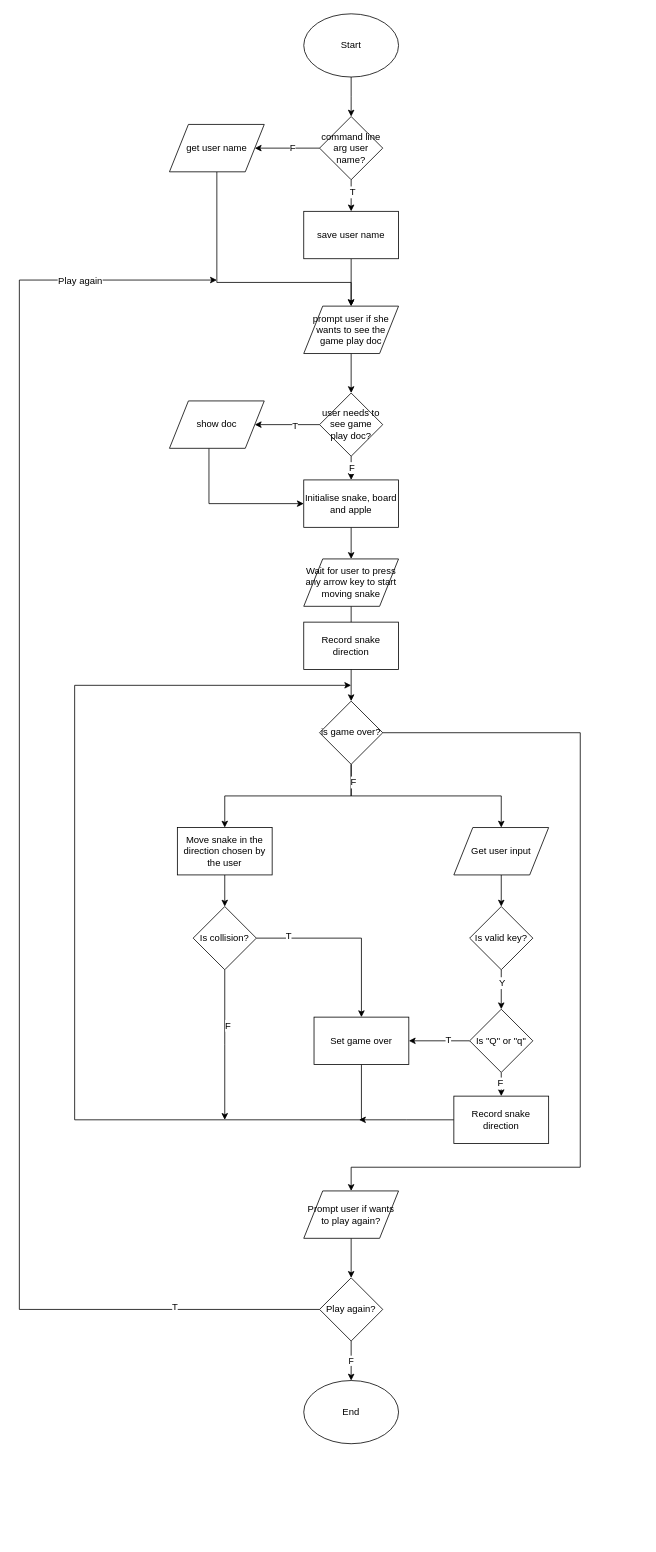
hirengondhiya/name_snake_game keeps this draw.io diagram as documentation/ctrl-flow-diagram/snake_game.drawio. Above is the earlier version. Source tidied: cells renumbered, new cells numbered last; positions are measured from the earlier drawing's top-left corner, leaving out a move shared by most shapes. Both pictures are drawn from the tidied source at 79%, with x=0, y=0 at pixel (19, 13).
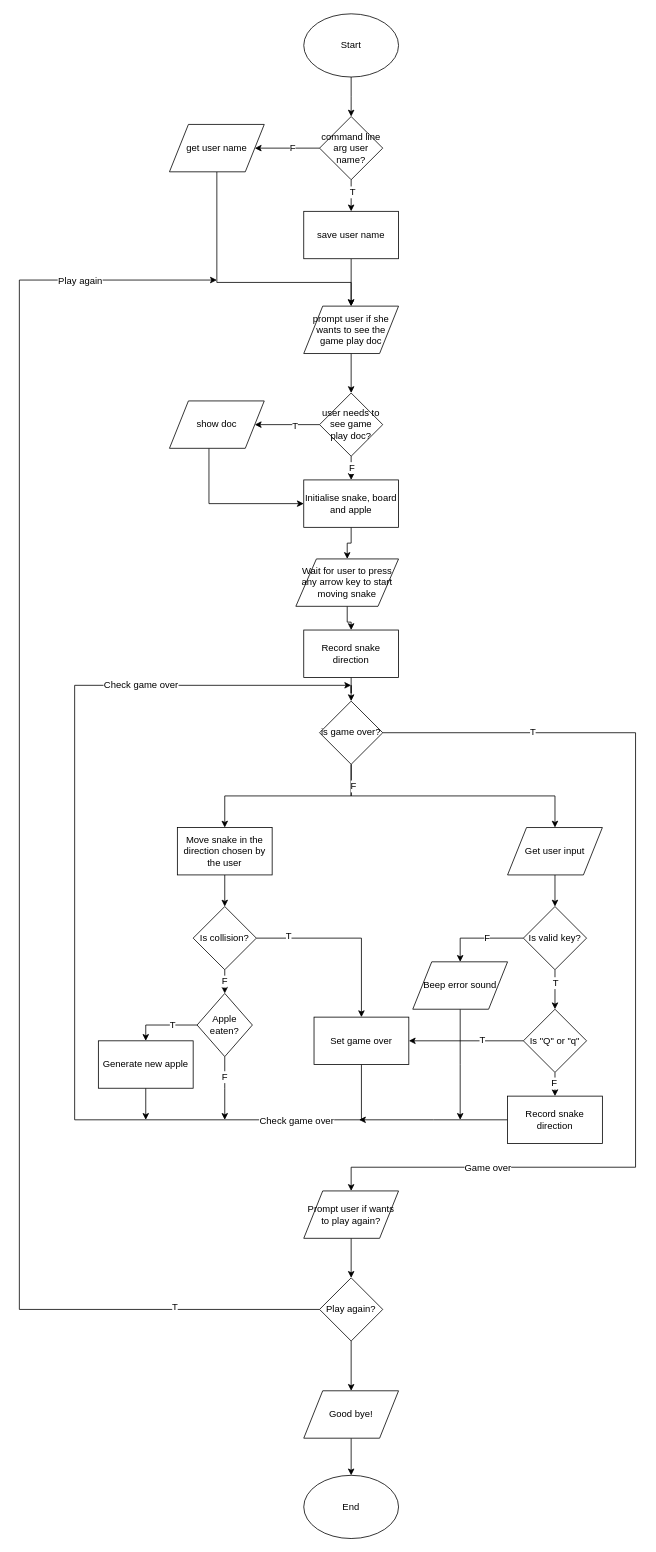
After the change.

Commit message:
Added missing paths for valid key, step to regenerate apple and print good by at the end

Unchanged cells that the change refers to:
```xml
<mxCell id="30" value="is game over?" style="rhombus;whiteSpace=wrap;html=1;" parent="1" vertex="1">
  <mxGeometry x="380" y="870" width="80" height="80" as="geometry" />
</mxCell>
<mxCell id="36" style="edgeStyle=orthogonalEdgeStyle;rounded=0;jettySize=auto;html=1;" parent="1" edge="1" source="38" target="43">
  <mxGeometry relative="1" as="geometry" />
</mxCell>
<mxCell id="44" style="edgeStyle=orthogonalEdgeStyle;rounded=0;jettySize=auto;html=1;" parent="1" edge="1" source="45">
  <mxGeometry relative="1" as="geometry">
    <mxPoint x="420" y="850" as="targetPoint" />
    <Array as="points">
      <mxPoint x="433" y="1400" />
      <mxPoint x="70" y="1400" />
      <mxPoint x="70" y="850" />
    </Array>
  </mxGeometry>
</mxCell>
<mxCell id="52" value="Is collision?" style="rhombus;whiteSpace=wrap;html=1;" parent="1" vertex="1">
  <mxGeometry x="220" y="1130" width="80" height="80" as="geometry" />
</mxCell>
<mxCell id="54" value="Prompt user if wants to play again?" style="shape=parallelogram;perimeter=parallelogramPerimeter;whiteSpace=wrap;html=1;" parent="1" vertex="1">
  <mxGeometry x="360" y="1490" width="120" height="60" as="geometry" />
</mxCell>
<mxCell id="59" value="Play again?" style="rhombus;whiteSpace=wrap;html=1;" parent="1" vertex="1">
  <mxGeometry x="380" y="1600" width="80" height="80" as="geometry" />
</mxCell>
```

Diff of the diagram source:
```diff
@@
-    <mxCell id="24" style="edgeStyle=orthogonalEdgeStyle;rounded=0;jettySize=auto;html=1;" parent="1" edge="1" source="25" target="30">
-      <mxGeometry relative="1" as="geometry" />
-    </mxCell>
+    <mxCell id="61" style="edgeStyle=orthogonalEdgeStyle;rounded=0;jettySize=auto;html=1;" parent="1" edge="1" source="25" target="33">
+      <mxGeometry relative="1" as="geometry" />
+    </mxCell>
     <mxCell id="25" value="Wait for user to press any arrow key to start moving snake" style="shape=parallelogram;perimeter=parallelogramPerimeter;whiteSpace=wrap;html=1;" parent="1" vertex="1">
-      <mxGeometry x="360" y="690" width="120" height="60" as="geometry" />
+      <mxGeometry x="350" y="690" width="130" height="60" as="geometry" />
     </mxCell>
@@
     <mxCell id="27" style="edgeStyle=orthogonalEdgeStyle;rounded=0;jettySize=auto;html=1;entryX=0.5;entryY=0;entryDx=0;entryDy=0;" parent="1" edge="1" source="30" target="35">
       <mxGeometry relative="1" as="geometry">
         <Array as="points">
           <mxPoint x="420" y="990" />
-          <mxPoint x="610" y="990" />
+          <mxPoint x="678" y="990" />
         </Array>
       </mxGeometry>
     </mxCell>
@@
     <mxCell id="29" style="edgeStyle=orthogonalEdgeStyle;rounded=0;jettySize=auto;html=1;entryX=0.5;entryY=0;entryDx=0;entryDy=0;" parent="1" edge="1" source="30" target="54">
       <mxGeometry relative="1" as="geometry">
         <Array as="points">
-          <mxPoint x="710" y="910" />
-          <mxPoint x="710" y="1460" />
+          <mxPoint x="780" y="910" />
+          <mxPoint x="780" y="1460" />
           <mxPoint x="420" y="1460" />
         </Array>
       </mxGeometry>
     </mxCell>
+    <mxCell id="62" value="T" style="text;html=1;align=center;verticalAlign=middle;labelBackgroundColor=#ffffff;" parent="29" vertex="1">
+      <mxGeometry x="-0.7" y="2" relative="1" as="geometry" />
+    </mxCell>
+    <mxCell id="63" value="Game over" style="text;html=1;align=center;verticalAlign=middle;labelBackgroundColor=#ffffff;" parent="29" vertex="1">
+      <mxGeometry x="0.68" relative="1" as="geometry" />
+    </mxCell>
@@
+    <mxCell id="64" style="edgeStyle=orthogonalEdgeStyle;rounded=0;jettySize=auto;html=1;" parent="1" edge="1" source="33" target="30">
+      <mxGeometry relative="1" as="geometry" />
+    </mxCell>
     <mxCell id="33" value="Record snake direction" style="rounded=0;whiteSpace=wrap;html=1;" parent="1" vertex="1">
-      <mxGeometry x="360" y="770" width="120" height="60" as="geometry" />
+      <mxGeometry x="360" y="780" width="120" height="60" as="geometry" />
     </mxCell>
@@
     <mxCell id="35" value="Get user input" style="shape=parallelogram;perimeter=parallelogramPerimeter;whiteSpace=wrap;html=1;" parent="1" vertex="1">
-      <mxGeometry x="550" y="1030" width="120" height="60" as="geometry" />
+      <mxGeometry x="618" y="1030" width="120" height="60" as="geometry" />
     </mxCell>
@@
-    <mxCell id="37" value="Y" style="text;html=1;align=center;verticalAlign=middle;labelBackgroundColor=#ffffff;" parent="36" vertex="1">
+    <mxCell id="37" value="T" style="text;html=1;align=center;verticalAlign=middle;labelBackgroundColor=#ffffff;" parent="36" vertex="1">
       <mxGeometry x="-0.36" relative="1" as="geometry" />
     </mxCell>
+    <mxCell id="65" style="edgeStyle=orthogonalEdgeStyle;rounded=0;jettySize=auto;html=1;entryX=0.5;entryY=0;entryDx=0;entryDy=0;" parent="1" edge="1" source="38" target="80">
+      <mxGeometry relative="1" as="geometry" />
+    </mxCell>
+    <mxCell id="66" value="F" style="text;html=1;align=center;verticalAlign=middle;labelBackgroundColor=#ffffff;" parent="65" vertex="1">
+      <mxGeometry x="-0.15" y="-1" relative="1" as="geometry" />
+    </mxCell>
     <mxCell id="38" value="Is valid key?" style="rhombus;whiteSpace=wrap;html=1;" parent="1" vertex="1">
-      <mxGeometry x="570" y="1130" width="80" height="80" as="geometry" />
+      <mxGeometry x="638" y="1130" width="80" height="80" as="geometry" />
     </mxCell>
@@
     <mxCell id="43" value="Is &quot;Q&quot; or &quot;q&quot;" style="rhombus;whiteSpace=wrap;html=1;" parent="1" vertex="1">
-      <mxGeometry x="570" y="1260" width="80" height="80" as="geometry" />
+      <mxGeometry x="638" y="1260" width="80" height="80" as="geometry" />
     </mxCell>
@@
+    <mxCell id="67" value="Check game over" style="text;html=1;align=center;verticalAlign=middle;labelBackgroundColor=#ffffff;" parent="44" vertex="1">
+      <mxGeometry x="0.6" y="1" relative="1" as="geometry" />
+    </mxCell>
+    <mxCell id="68" value="Check game over" style="text;html=1;align=center;verticalAlign=middle;labelBackgroundColor=#ffffff;" parent="44" vertex="1">
+      <mxGeometry x="-0.77" y="1" relative="1" as="geometry" />
+    </mxCell>
@@
     <mxCell id="47" value="Record snake direction" style="rounded=0;whiteSpace=wrap;html=1;" parent="1" vertex="1">
-      <mxGeometry x="550" y="1370" width="120" height="60" as="geometry" />
+      <mxGeometry x="618" y="1370" width="120" height="60" as="geometry" />
     </mxCell>
@@
-    <mxCell id="50" style="edgeStyle=orthogonalEdgeStyle;rounded=0;jettySize=auto;html=1;" parent="1" edge="1" source="52">
-      <mxGeometry relative="1" as="geometry">
-        <mxPoint x="260" y="1400" as="targetPoint" />
-      </mxGeometry>
-    </mxCell>
-    <mxCell id="51" value="F" style="text;html=1;align=center;verticalAlign=middle;labelBackgroundColor=#ffffff;" parent="50" vertex="1">
-      <mxGeometry x="-0.27" y="3" relative="1" as="geometry" />
-    </mxCell>
+    <mxCell id="69" style="edgeStyle=orthogonalEdgeStyle;rounded=0;jettySize=auto;html=1;" parent="1" edge="1" source="52" target="76">
+      <mxGeometry relative="1" as="geometry" />
+    </mxCell>
+    <mxCell id="70" value="F" style="text;html=1;align=center;verticalAlign=middle;labelBackgroundColor=#ffffff;" parent="69" vertex="1">
+      <mxGeometry x="0.36" y="-1" relative="1" as="geometry" />
+    </mxCell>
@@
-    <mxCell id="58" value="F" style="edgeStyle=orthogonalEdgeStyle;rounded=0;jettySize=auto;html=1;" parent="1" edge="1" source="59" target="60">
-      <mxGeometry relative="1" as="geometry" />
-    </mxCell>
+    <mxCell id="71" style="edgeStyle=orthogonalEdgeStyle;rounded=0;jettySize=auto;html=1;" parent="1" edge="1" source="59" target="82">
+      <mxGeometry relative="1" as="geometry" />
+    </mxCell>
@@
+    <mxCell id="72" style="edgeStyle=orthogonalEdgeStyle;rounded=0;jettySize=auto;html=1;" parent="1" edge="1" source="76">
+      <mxGeometry relative="1" as="geometry">
+        <mxPoint x="260" y="1400" as="targetPoint" />
+      </mxGeometry>
+    </mxCell>
+    <mxCell id="73" value="F" style="text;html=1;align=center;verticalAlign=middle;labelBackgroundColor=#ffffff;" parent="72" vertex="1">
+      <mxGeometry x="-0.38" y="-1" relative="1" as="geometry" />
+    </mxCell>
+    <mxCell id="74" style="edgeStyle=orthogonalEdgeStyle;rounded=0;jettySize=auto;html=1;entryX=0.5;entryY=0;entryDx=0;entryDy=0;" parent="1" edge="1" source="76" target="78">
+      <mxGeometry relative="1" as="geometry" />
+    </mxCell>
+    <mxCell id="75" value="T" style="text;html=1;align=center;verticalAlign=middle;labelBackgroundColor=#ffffff;" parent="74" vertex="1">
+      <mxGeometry x="-0.25" y="-1" relative="1" as="geometry" />
+    </mxCell>
+    <mxCell id="76" value="Apple eaten?" style="rhombus;whiteSpace=wrap;html=1;" parent="1" vertex="1">
+      <mxGeometry x="225" y="1240" width="70" height="80" as="geometry" />
+    </mxCell>
+    <mxCell id="77" style="edgeStyle=orthogonalEdgeStyle;rounded=0;jettySize=auto;html=1;" parent="1" edge="1" source="78">
+      <mxGeometry relative="1" as="geometry">
+        <mxPoint x="160" y="1400" as="targetPoint" />
+      </mxGeometry>
+    </mxCell>
+    <mxCell id="78" value="Generate new apple" style="rounded=0;whiteSpace=wrap;html=1;" parent="1" vertex="1">
+      <mxGeometry x="100" y="1300" width="120" height="60" as="geometry" />
+    </mxCell>
+    <mxCell id="79" style="edgeStyle=orthogonalEdgeStyle;rounded=0;jettySize=auto;html=1;" parent="1" edge="1" source="80">
+      <mxGeometry relative="1" as="geometry">
+        <mxPoint x="558" y="1400" as="targetPoint" />
+      </mxGeometry>
+    </mxCell>
+    <mxCell id="80" value="Beep error sound" style="shape=parallelogram;perimeter=parallelogramPerimeter;whiteSpace=wrap;html=1;" parent="1" vertex="1">
+      <mxGeometry x="498" y="1200" width="120" height="60" as="geometry" />
+    </mxCell>
+    <mxCell id="81" style="edgeStyle=orthogonalEdgeStyle;rounded=0;jettySize=auto;html=1;" parent="1" edge="1" source="82" target="60">
+      <mxGeometry relative="1" as="geometry" />
+    </mxCell>
+    <mxCell id="82" value="Good bye!" style="shape=parallelogram;perimeter=parallelogramPerimeter;whiteSpace=wrap;html=1;" parent="1" vertex="1">
+      <mxGeometry x="360" y="1743" width="120" height="60" as="geometry" />
+    </mxCell>
     <mxCell id="60" value="End" style="ellipse;whiteSpace=wrap;html=1;" parent="1" vertex="1">
-      <mxGeometry x="360" y="1730" width="120" height="80" as="geometry" />
+      <mxGeometry x="360" y="1850" width="120" height="80" as="geometry" />
     </mxCell>
```
